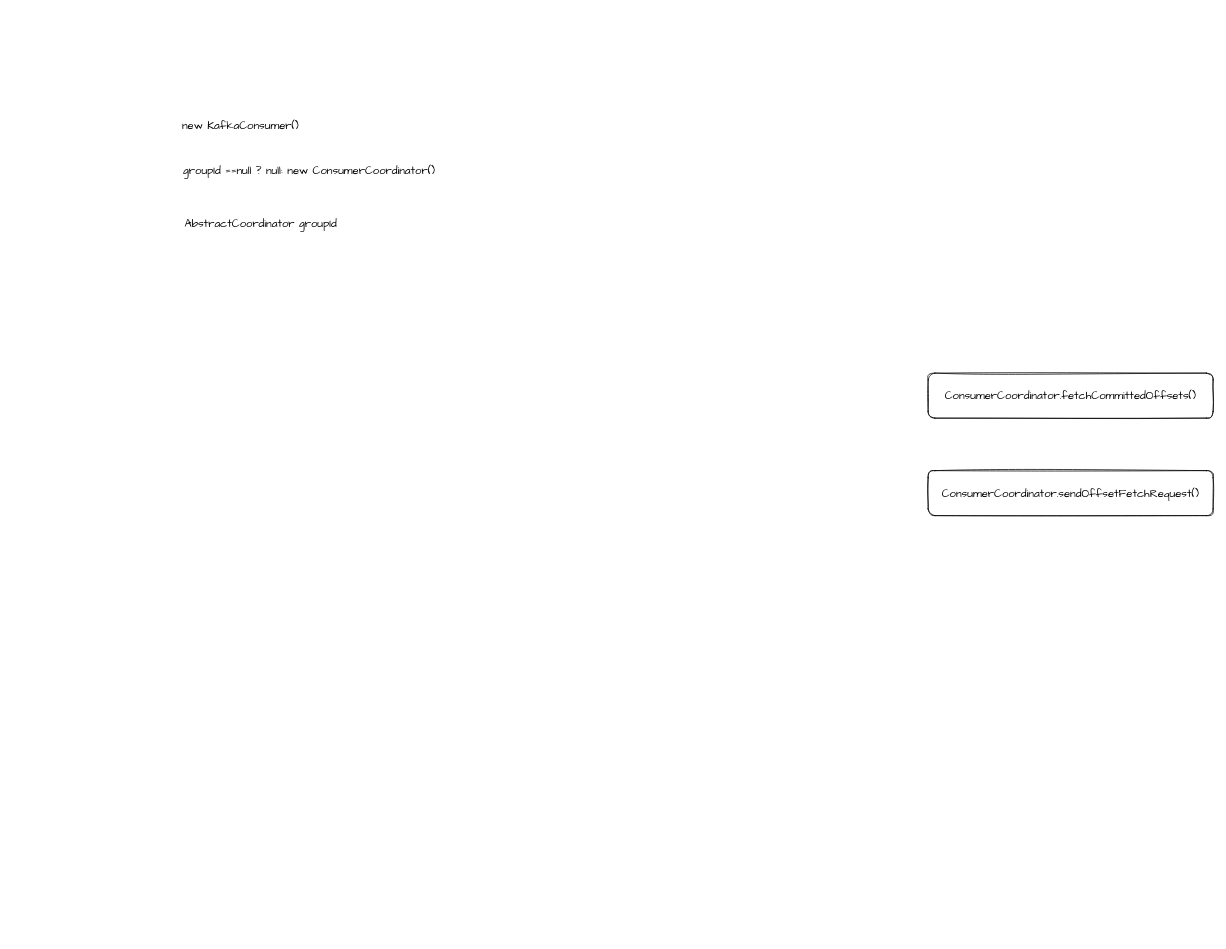
Before: page "GroupId" (10 of 10) of Drawio/Kafka.drawio in xinzhuxiansheng/blog-notes, a draw.io diagram. Source tidied: cells renumbered, new cells numbered last; positions are measured from the earlier drawing's top-left corner, leaving out a move shared by most shapes. Both pictures are drawn from the tidied source at 75%, with x=0, y=0 at pixel (163, 118).
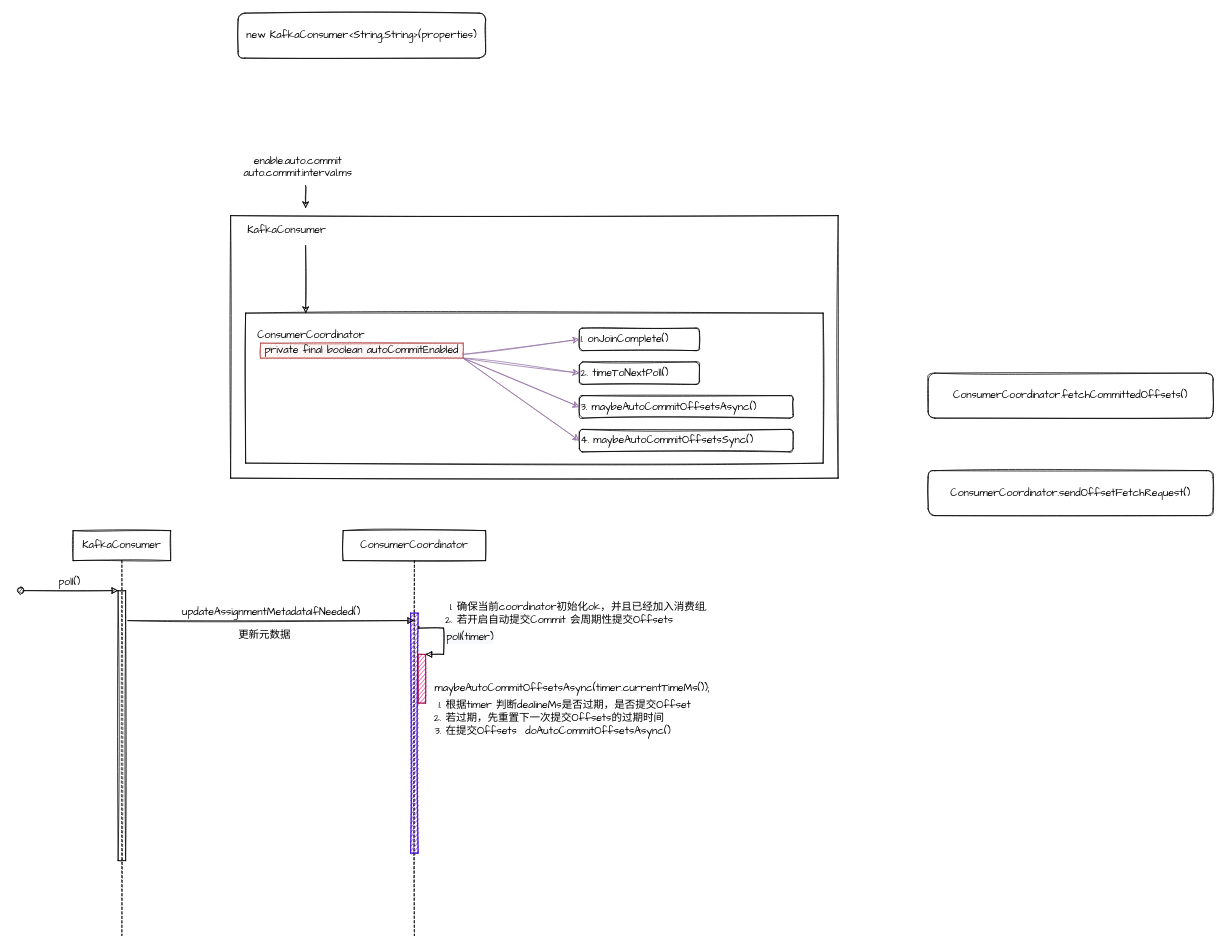
After the change.

Change to the diagram source:
```diff
@@
-    <mxCell id="2" value="ConsumerCoordinator.sendOffsetFetchRequest()" style="rounded=1;whiteSpace=wrap;html=1;fontFamily=Comic Sans MS;fontSize=15;fillColor=none;sketch=1;" parent="1" vertex="1">
+    <mxCell id="2" value="ConsumerCoordinator.sendOffsetFetchRequest()" style="rounded=1;whiteSpace=wrap;html=1;fontFamily=Comic Sans MS;fontSize=14;fillColor=none;sketch=1;" parent="1" vertex="1">
       <mxGeometry x="1020" y="470" width="380" height="60" as="geometry" />
     </mxCell>
-    <mxCell id="3" value="&amp;nbsp;new KafkaConsumer()" style="text;html=1;align=center;verticalAlign=middle;fontSize=15;fontFamily=Comic Sans MS;" parent="1" vertex="1">
-      <mxGeometry x="15" width="170" height="20" as="geometry" />
-    </mxCell>
-    <mxCell id="4" value="groupId ==null ? null: new ConsumerCoordinator()" style="text;html=1;strokeColor=none;fillColor=none;align=center;verticalAlign=middle;whiteSpace=wrap;rounded=0;fontFamily=Comic Sans MS;fontSize=15;" parent="1" vertex="1">
-      <mxGeometry y="60" width="390" height="20" as="geometry" />
-    </mxCell>
-    <mxCell id="5" value="AbstractCoordinator groupId" style="text;html=1;align=center;verticalAlign=middle;fontSize=15;fontFamily=Comic Sans MS;" parent="1" vertex="1">
-      <mxGeometry x="20" y="130" width="220" height="20" as="geometry" />
-    </mxCell>
-    <mxCell id="6" value="ConsumerCoordinator.fetchCommittedOffsets()" style="rounded=1;whiteSpace=wrap;html=1;fontFamily=Comic Sans MS;fontSize=15;fillColor=none;sketch=1;" parent="1" vertex="1">
+    <mxCell id="6" value="ConsumerCoordinator.fetchCommittedOffsets()" style="rounded=1;whiteSpace=wrap;html=1;fontFamily=Comic Sans MS;fontSize=14;fillColor=none;sketch=1;" parent="1" vertex="1">
       <mxGeometry x="1020" y="340" width="380" height="60" as="geometry" />
     </mxCell>
+    <mxCell id="7" value="new KafkaConsumer&amp;lt;String,String&amp;gt;(properties)" style="rounded=1;whiteSpace=wrap;html=1;fillColor=none;fontFamily=Comic Sans MS;fontSize=14;sketch=1;" parent="1" vertex="1">
+      <mxGeometry x="100" y="-140" width="330" height="60" as="geometry" />
+    </mxCell>
+    <mxCell id="8" style="rounded=0;whiteSpace=wrap;html=1;sketch=1;fillColor=none;fontFamily=Comic Sans MS;fontSize=14;" parent="1" vertex="1">
+      <mxGeometry x="90" y="130" width="810" height="350" as="geometry" />
+    </mxCell>
+    <mxCell id="9" style="rounded=0;whiteSpace=wrap;html=1;sketch=1;fillColor=none;fontFamily=Comic Sans MS;fontSize=14;" parent="1" vertex="1">
+      <mxGeometry x="110" y="260" width="770" height="200" as="geometry" />
+    </mxCell>
+    <mxCell id="10" value="KafkaConsumer" style="text;html=1;strokeColor=none;fillColor=none;align=center;verticalAlign=middle;whiteSpace=wrap;rounded=0;sketch=1;fontFamily=Comic Sans MS;fontSize=14;" parent="1" vertex="1">
+      <mxGeometry x="110" y="140" width="110" height="20" as="geometry" />
+    </mxCell>
+    <mxCell id="11" value="ConsumerCoordinator" style="text;html=1;strokeColor=none;fillColor=none;align=center;verticalAlign=middle;whiteSpace=wrap;rounded=0;sketch=1;fontFamily=Comic Sans MS;fontSize=14;" parent="1" vertex="1">
+      <mxGeometry x="120" y="280" width="155" height="20" as="geometry" />
+    </mxCell>
+    <mxCell id="12" value="&lt;div style=&quot;font-size: 14px;&quot;&gt;enable.auto.commit&lt;/div&gt;&lt;div style=&quot;font-size: 14px;&quot;&gt;auto.commit.interval.ms&lt;/div&gt;" style="text;html=1;strokeColor=none;fillColor=none;align=center;verticalAlign=middle;whiteSpace=wrap;rounded=0;sketch=1;fontFamily=Comic Sans MS;fontSize=14;" parent="1" vertex="1">
+      <mxGeometry x="85" y="50" width="190" height="30" as="geometry" />
+    </mxCell>
+    <mxCell id="13" style="endArrow=classic;html=1;fontFamily=Comic Sans MS;fontSize=14;sketch=1;" parent="1" edge="1">
+      <mxGeometry relative="1" as="geometry">
+        <mxPoint x="190" y="90" as="sourcePoint" />
+        <mxPoint x="190" y="120" as="targetPoint" />
+      </mxGeometry>
+    </mxCell>
+    <mxCell id="14" style="endArrow=classic;html=1;fontFamily=Comic Sans MS;fontSize=14;sketch=1;entryX=0.104;entryY=0;entryDx=0;entryDy=0;entryPerimeter=0;" parent="1" edge="1" target="9">
+      <mxGeometry relative="1" as="geometry">
+        <mxPoint x="190" y="170" as="sourcePoint" />
+      </mxGeometry>
+    </mxCell>
+    <mxCell id="15" value="KafkaConsumer" style="shape=umlLifeline;perimeter=lifelinePerimeter;whiteSpace=wrap;html=1;sketch=1;fillColor=none;fontFamily=Comic Sans MS;fontSize=14;" parent="1" vertex="1">
+      <mxGeometry x="-120" y="550" width="130" height="540" as="geometry" />
+    </mxCell>
+    <mxCell id="16" style="html=1;points=[];perimeter=orthogonalPerimeter;sketch=1;fillColor=none;fontFamily=Comic Sans MS;fontSize=14;" parent="15" vertex="1">
+      <mxGeometry x="60" y="80" width="10" height="360" as="geometry" />
+    </mxCell>
+    <mxCell id="17" value="poll()" style="html=1;verticalAlign=bottom;startArrow=oval;endArrow=block;startSize=8;fontFamily=Comic Sans MS;fontSize=14;sketch=1;" parent="15" edge="1" target="16">
+      <mxGeometry relative="1" as="geometry">
+        <mxPoint x="-70" y="80" as="sourcePoint" />
+      </mxGeometry>
+    </mxCell>
+    <mxCell id="18" value="ConsumerCoordinator" style="shape=umlLifeline;perimeter=lifelinePerimeter;whiteSpace=wrap;html=1;outlineConnect=0;sketch=1;fillColor=none;fontFamily=Comic Sans MS;fontSize=14;" parent="1" vertex="1">
+      <mxGeometry x="240" y="550" width="190" height="540" as="geometry" />
+    </mxCell>
+    <mxCell id="19" style="html=1;points=[];perimeter=orthogonalPerimeter;sketch=1;fillColor=#6a00ff;fontFamily=Comic Sans MS;fontSize=14;strokeColor=#3700CC;fontColor=#ffffff;" parent="18" vertex="1">
+      <mxGeometry x="90" y="110" width="10" height="320" as="geometry" />
+    </mxCell>
+    <mxCell id="20" style="html=1;points=[];perimeter=orthogonalPerimeter;sketch=1;fillColor=#d80073;fontFamily=Comic Sans MS;fontSize=14;align=left;strokeColor=#A50040;fontColor=#ffffff;" parent="18" vertex="1">
+      <mxGeometry x="100" y="165" width="10" height="65" as="geometry" />
+    </mxCell>
+    <mxCell id="21" value="&lt;span style=&quot;text-align: center ; background-color: rgb(248 , 249 , 250)&quot;&gt;poll(timer)&lt;/span&gt;" style="edgeStyle=orthogonalEdgeStyle;html=1;align=left;spacingLeft=2;endArrow=block;rounded=0;entryX=1;entryY=0;fontFamily=Comic Sans MS;fontSize=14;exitX=1.1;exitY=0.055;exitDx=0;exitDy=0;exitPerimeter=0;sketch=1;" parent="18" edge="1" source="19" target="20">
+      <mxGeometry relative="1" as="geometry">
+        <Array as="points">
+          <mxPoint x="101" y="130" />
+          <mxPoint x="134" y="130" />
+          <mxPoint x="134" y="165" />
+        </Array>
+      </mxGeometry>
+    </mxCell>
+    <mxCell id="22" value="updateAssignmentMetadataIfNeeded()" style="html=1;verticalAlign=bottom;endArrow=block;fontFamily=Comic Sans MS;fontSize=14;sketch=1;exitX=1.3;exitY=0.111;exitDx=0;exitDy=0;exitPerimeter=0;" parent="1" edge="1" source="16" target="18">
+      <mxGeometry relative="1" as="geometry" />
+    </mxCell>
+    <mxCell id="23" value="更新元数据" style="text;html=1;align=center;verticalAlign=middle;fontSize=14;fontFamily=Comic Sans MS;sketch=1;" parent="1" vertex="1">
+      <mxGeometry x="90" y="680" width="90" height="20" as="geometry" />
+    </mxCell>
+    <mxCell id="24" value="&lt;ol&gt;&lt;li&gt;&lt;span&gt;确保当前coordinator初始化ok，&lt;/span&gt;&lt;span&gt;并且已经加入消费组,&amp;nbsp;&lt;/span&gt;&lt;/li&gt;&lt;li&gt;&lt;span&gt;若开启自动提交Commit 会周期性提交Offsets&lt;/span&gt;&lt;br&gt;&lt;/li&gt;&lt;/ol&gt;" style="text;html=1;align=left;verticalAlign=middle;fontSize=14;fontFamily=Comic Sans MS;sketch=1;" parent="1" vertex="1">
+      <mxGeometry x="350" y="625" width="390" height="70" as="geometry" />
+    </mxCell>
+    <mxCell id="25" value="maybeAutoCommitOffsetsAsync(timer.currentTimeMs());" style="text;html=1;align=center;verticalAlign=middle;fontSize=14;fontFamily=Comic Sans MS;sketch=1;" parent="1" vertex="1">
+      <mxGeometry x="350" y="750" width="390" height="20" as="geometry" />
+    </mxCell>
+    <mxCell id="26" value="&lt;ol&gt;&lt;li&gt;根据timer 判断dealineMs是否过期，是否提交Offset&lt;/li&gt;&lt;li style=&quot;text-align: left&quot;&gt;若过期，先重置下一次提交Offsets的过期时间&lt;/li&gt;&lt;li style=&quot;text-align: left&quot;&gt;在提交Offsets&amp;nbsp; doAutoCommitOffsetsAsync()&lt;/li&gt;&lt;/ol&gt;" style="text;html=1;align=center;verticalAlign=middle;fontSize=14;fontFamily=Comic Sans MS;sketch=1;" parent="1" vertex="1">
+      <mxGeometry x="325" y="760" width="390" height="80" as="geometry" />
+    </mxCell>
+    <mxCell id="27" value="private final boolean autoCommitEnabled" style="text;html=1;align=center;verticalAlign=middle;whiteSpace=wrap;rounded=0;sketch=1;fontFamily=Comic Sans MS;fontSize=14;fillColor=#f8cecc;strokeColor=#b85450;" parent="1" vertex="1">
+      <mxGeometry x="130" y="300" width="270" height="20" as="geometry" />
+    </mxCell>
+    <mxCell id="28" value="1. onJoinComplete()" style="rounded=1;whiteSpace=wrap;html=1;sketch=1;fillColor=none;fontFamily=Comic Sans MS;fontSize=14;align=left;" parent="1" vertex="1">
+      <mxGeometry x="555" y="280" width="160" height="30" as="geometry" />
+    </mxCell>
+    <mxCell id="29" value="2. timeToNextPoll()" style="rounded=1;whiteSpace=wrap;html=1;sketch=1;fillColor=none;fontFamily=Comic Sans MS;fontSize=14;align=left;" parent="1" vertex="1">
+      <mxGeometry x="555" y="325" width="160" height="30" as="geometry" />
+    </mxCell>
+    <mxCell id="30" value="3. maybeAutoCommitOffsetsAsync()" style="rounded=1;whiteSpace=wrap;html=1;sketch=1;fillColor=none;fontFamily=Comic Sans MS;fontSize=14;align=left;" parent="1" vertex="1">
+      <mxGeometry x="555" y="370" width="285" height="30" as="geometry" />
+    </mxCell>
+    <mxCell id="31" value="4. maybeAutoCommitOffsetsSync()" style="rounded=1;whiteSpace=wrap;html=1;sketch=1;fillColor=none;fontFamily=Comic Sans MS;fontSize=14;align=left;" parent="1" vertex="1">
+      <mxGeometry x="555" y="415" width="285" height="30" as="geometry" />
+    </mxCell>
+    <mxCell id="32" style="endArrow=classic;html=1;fontFamily=Comic Sans MS;fontSize=14;entryX=0;entryY=0.5;entryDx=0;entryDy=0;exitX=1;exitY=1;exitDx=0;exitDy=0;sketch=1;fillColor=#e1d5e7;strokeColor=#9673a6;" parent="1" edge="1" source="27" target="30">
+      <mxGeometry relative="1" as="geometry" />
+    </mxCell>
+    <mxCell id="33" style="endArrow=classic;html=1;fontFamily=Comic Sans MS;fontSize=14;entryX=0;entryY=0.5;entryDx=0;entryDy=0;exitX=1;exitY=0.75;exitDx=0;exitDy=0;sketch=1;fillColor=#e1d5e7;strokeColor=#9673a6;" parent="1" edge="1" source="27" target="28">
+      <mxGeometry relative="1" as="geometry" />
+    </mxCell>
+    <mxCell id="34" style="endArrow=classic;html=1;fontFamily=Comic Sans MS;fontSize=14;entryX=0;entryY=0.5;entryDx=0;entryDy=0;sketch=1;fillColor=#e1d5e7;strokeColor=#9673a6;" parent="1" edge="1" target="29">
+      <mxGeometry relative="1" as="geometry">
+        <mxPoint x="400" y="320" as="sourcePoint" />
+      </mxGeometry>
+    </mxCell>
+    <mxCell id="35" style="endArrow=classic;html=1;fontFamily=Comic Sans MS;fontSize=14;entryX=0;entryY=0.5;entryDx=0;entryDy=0;sketch=1;fillColor=#e1d5e7;strokeColor=#9673a6;" parent="1" edge="1" target="31">
+      <mxGeometry relative="1" as="geometry">
+        <mxPoint x="400" y="320" as="sourcePoint" />
+      </mxGeometry>
+    </mxCell>
```
